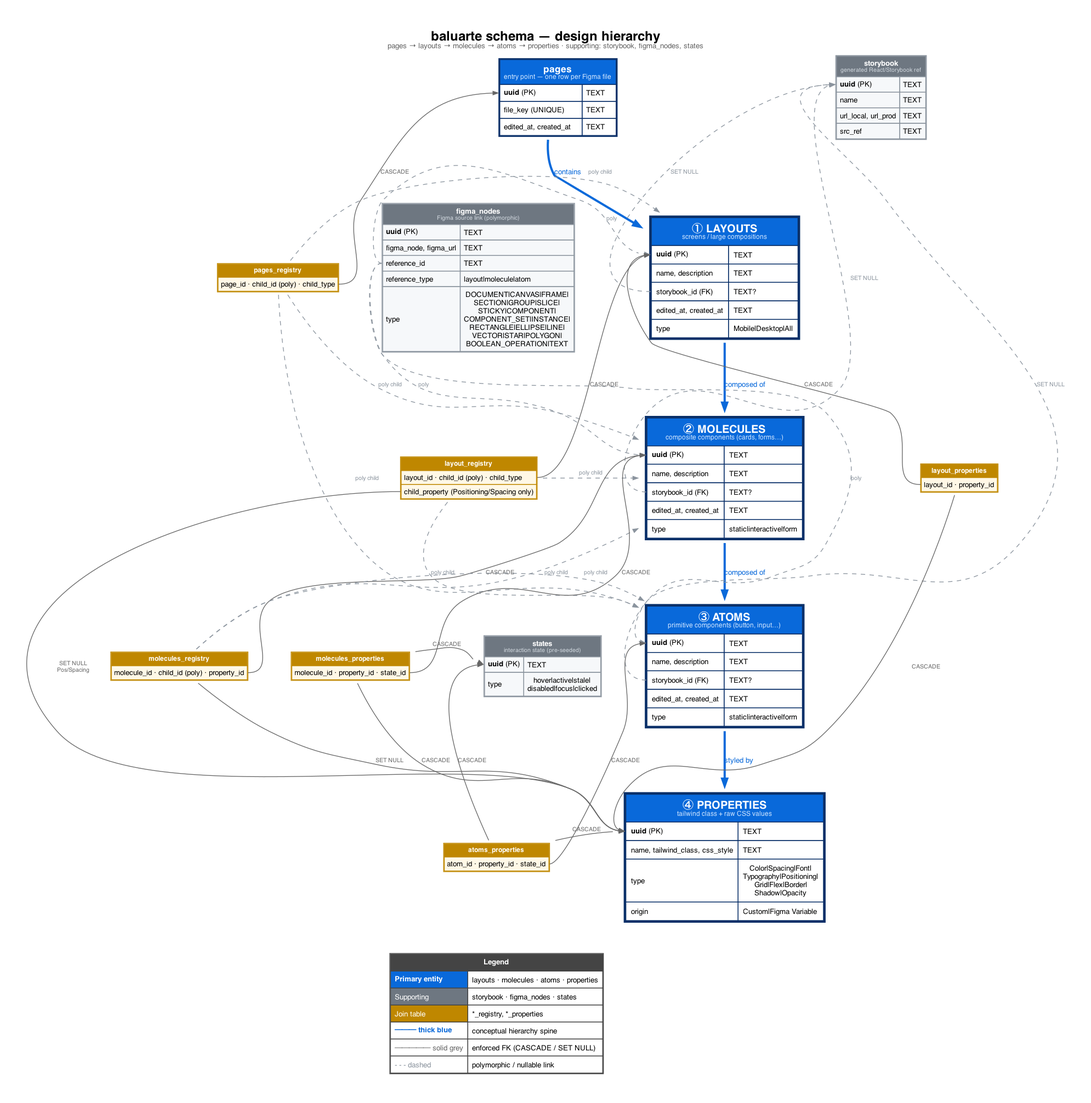
This is queries/diagrams/table-relationships.png from romedinaML/baluarte, a Graphviz export, as it was before one commit. Its source is kept beside it as queries/diagrams/table-relationships.dot.
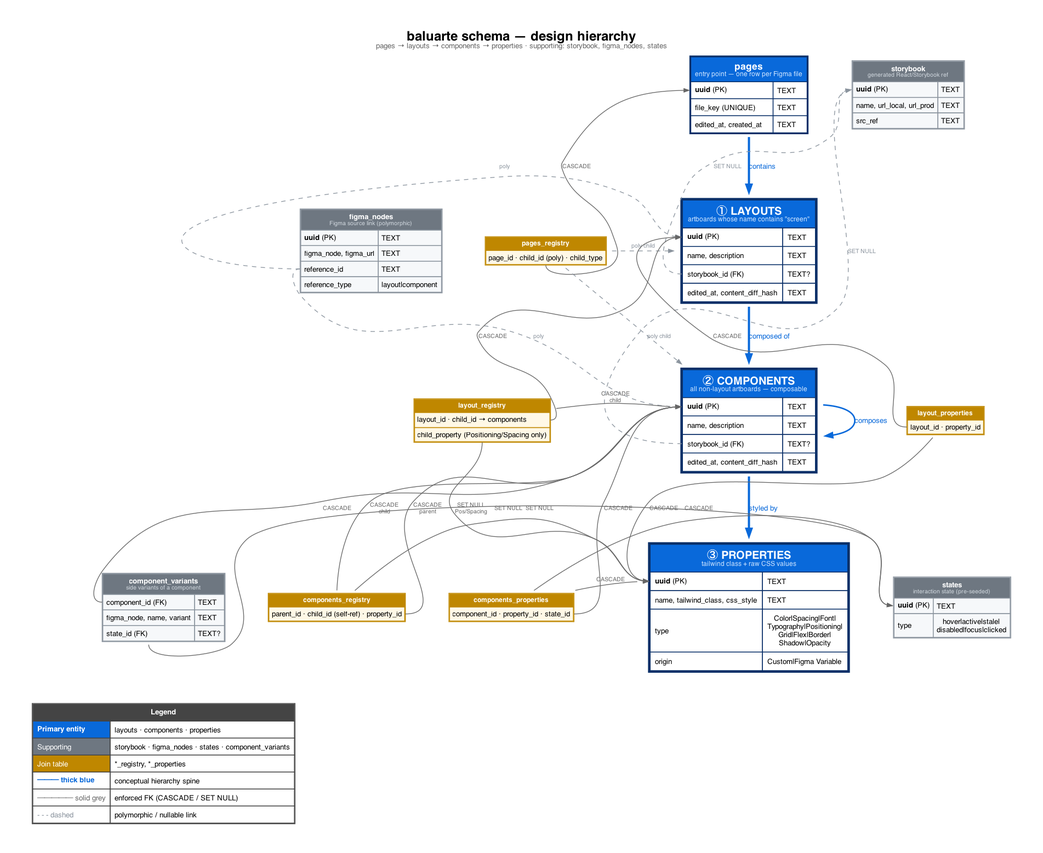
Later version of the same file.

Diff of the diagram source:
```diff
@@ -7,7 +7,7 @@
     splines=spline;
     fontname="Helvetica";
     labelloc="t";
-    label=<<FONT POINT-SIZE="18"><B>baluarte schema — design hierarchy</B></FONT><BR/><FONT POINT-SIZE="10" COLOR="#666">pages → layouts → molecules → atoms → properties · supporting: storybook, figma_nodes, states</FONT>>;
+    label=<<FONT POINT-SIZE="18"><B>baluarte schema — design hierarchy</B></FONT><BR/><FONT POINT-SIZE="10" COLOR="#666">pages → layouts → components → properties · supporting: storybook, figma_nodes, states</FONT>>;
 
     node [
         shape=plaintext
@@ -33,40 +33,27 @@
 
     layouts [label=<
         <TABLE BORDER="3" CELLBORDER="1" CELLSPACING="0" CELLPADDING="6" BGCOLOR="white" COLOR="#0a3069">
-            <TR><TD BGCOLOR="#0969da" COLSPAN="2"><FONT COLOR="white" POINT-SIZE="15"><B>① LAYOUTS</B></FONT><BR/><FONT COLOR="#cfe5ff" POINT-SIZE="9">screens / large compositions</FONT></TD></TR>
+            <TR><TD BGCOLOR="#0969da" COLSPAN="2"><FONT COLOR="white" POINT-SIZE="15"><B>① LAYOUTS</B></FONT><BR/><FONT COLOR="#cfe5ff" POINT-SIZE="9">artboards whose name contains "screen"</FONT></TD></TR>
             <TR><TD ALIGN="LEFT" PORT="uuid"><B>uuid</B> (PK)</TD><TD ALIGN="LEFT">TEXT</TD></TR>
             <TR><TD ALIGN="LEFT">name, description</TD><TD ALIGN="LEFT">TEXT</TD></TR>
             <TR><TD ALIGN="LEFT" PORT="storybook_id">storybook_id (FK)</TD><TD ALIGN="LEFT">TEXT?</TD></TR>
-            <TR><TD ALIGN="LEFT">edited_at, created_at</TD><TD ALIGN="LEFT">TEXT</TD></TR>
-            <TR><TD ALIGN="LEFT">type</TD><TD ALIGN="LEFT">Mobile|Desktop|All</TD></TR>
+            <TR><TD ALIGN="LEFT">edited_at, content_diff_hash</TD><TD ALIGN="LEFT">TEXT</TD></TR>
         </TABLE>
     >];
 
-    molecules [label=<
+    components [label=<
         <TABLE BORDER="3" CELLBORDER="1" CELLSPACING="0" CELLPADDING="6" BGCOLOR="white" COLOR="#0a3069">
-            <TR><TD BGCOLOR="#0969da" COLSPAN="2"><FONT COLOR="white" POINT-SIZE="15"><B>② MOLECULES</B></FONT><BR/><FONT COLOR="#cfe5ff" POINT-SIZE="9">composite components (cards, forms…)</FONT></TD></TR>
+            <TR><TD BGCOLOR="#0969da" COLSPAN="2"><FONT COLOR="white" POINT-SIZE="15"><B>② COMPONENTS</B></FONT><BR/><FONT COLOR="#cfe5ff" POINT-SIZE="9">all non-layout artboards — composable</FONT></TD></TR>
             <TR><TD ALIGN="LEFT" PORT="uuid"><B>uuid</B> (PK)</TD><TD ALIGN="LEFT">TEXT</TD></TR>
             <TR><TD ALIGN="LEFT">name, description</TD><TD ALIGN="LEFT">TEXT</TD></TR>
             <TR><TD ALIGN="LEFT" PORT="storybook_id">storybook_id (FK)</TD><TD ALIGN="LEFT">TEXT?</TD></TR>
-            <TR><TD ALIGN="LEFT">edited_at, created_at</TD><TD ALIGN="LEFT">TEXT</TD></TR>
-            <TR><TD ALIGN="LEFT">type</TD><TD ALIGN="LEFT">static|interactive|form</TD></TR>
-        </TABLE>
-    >];
-
-    atoms [label=<
-        <TABLE BORDER="3" CELLBORDER="1" CELLSPACING="0" CELLPADDING="6" BGCOLOR="white" COLOR="#0a3069">
-            <TR><TD BGCOLOR="#0969da" COLSPAN="2"><FONT COLOR="white" POINT-SIZE="15"><B>③ ATOMS</B></FONT><BR/><FONT COLOR="#cfe5ff" POINT-SIZE="9">primitive components (button, input…)</FONT></TD></TR>
-            <TR><TD ALIGN="LEFT" PORT="uuid"><B>uuid</B> (PK)</TD><TD ALIGN="LEFT">TEXT</TD></TR>
-            <TR><TD ALIGN="LEFT">name, description</TD><TD ALIGN="LEFT">TEXT</TD></TR>
-            <TR><TD ALIGN="LEFT" PORT="storybook_id">storybook_id (FK)</TD><TD ALIGN="LEFT">TEXT?</TD></TR>
-            <TR><TD ALIGN="LEFT">edited_at, created_at</TD><TD ALIGN="LEFT">TEXT</TD></TR>
-            <TR><TD ALIGN="LEFT">type</TD><TD ALIGN="LEFT">static|interactive|form</TD></TR>
+            <TR><TD ALIGN="LEFT">edited_at, content_diff_hash</TD><TD ALIGN="LEFT">TEXT</TD></TR>
         </TABLE>
     >];
 
     properties [label=<
         <TABLE BORDER="3" CELLBORDER="1" CELLSPACING="0" CELLPADDING="6" BGCOLOR="white" COLOR="#0a3069">
-            <TR><TD BGCOLOR="#0969da" COLSPAN="2"><FONT COLOR="white" POINT-SIZE="15"><B>④ PROPERTIES</B></FONT><BR/><FONT COLOR="#cfe5ff" POINT-SIZE="9">tailwind class + raw CSS values</FONT></TD></TR>
+            <TR><TD BGCOLOR="#0969da" COLSPAN="2"><FONT COLOR="white" POINT-SIZE="15"><B>③ PROPERTIES</B></FONT><BR/><FONT COLOR="#cfe5ff" POINT-SIZE="9">tailwind class + raw CSS values</FONT></TD></TR>
             <TR><TD ALIGN="LEFT" PORT="uuid"><B>uuid</B> (PK)</TD><TD ALIGN="LEFT">TEXT</TD></TR>
             <TR><TD ALIGN="LEFT">name, tailwind_class, css_style</TD><TD ALIGN="LEFT">TEXT</TD></TR>
             <TR><TD ALIGN="LEFT">type</TD><TD ALIGN="LEFT">Color|Spacing|Font|<BR/>Typography|Positioning|<BR/>Grid|Flex|Border|<BR/>Shadow|Opacity</TD></TR>
@@ -79,8 +66,7 @@
         <TABLE BORDER="1" CELLBORDER="1" CELLSPACING="0" CELLPADDING="4" BGCOLOR="#f6f8fa" COLOR="#8b949e">
             <TR><TD BGCOLOR="#6e7781" COLSPAN="2"><FONT COLOR="white"><B>storybook</B></FONT><BR/><FONT COLOR="#d0d7de" POINT-SIZE="8">generated React/Storybook ref</FONT></TD></TR>
             <TR><TD ALIGN="LEFT" PORT="uuid"><B>uuid</B> (PK)</TD><TD ALIGN="LEFT">TEXT</TD></TR>
-            <TR><TD ALIGN="LEFT">name</TD><TD ALIGN="LEFT">TEXT</TD></TR>
-            <TR><TD ALIGN="LEFT">url_local, url_prod</TD><TD ALIGN="LEFT">TEXT</TD></TR>
+            <TR><TD ALIGN="LEFT">name, url_local, url_prod</TD><TD ALIGN="LEFT">TEXT</TD></TR>
             <TR><TD ALIGN="LEFT">src_ref</TD><TD ALIGN="LEFT">TEXT</TD></TR>
         </TABLE>
     >];
@@ -91,8 +77,7 @@
             <TR><TD ALIGN="LEFT" PORT="uuid"><B>uuid</B> (PK)</TD><TD ALIGN="LEFT">TEXT</TD></TR>
             <TR><TD ALIGN="LEFT">figma_node, figma_url</TD><TD ALIGN="LEFT">TEXT</TD></TR>
             <TR><TD ALIGN="LEFT" PORT="reference_id">reference_id</TD><TD ALIGN="LEFT">TEXT</TD></TR>
-            <TR><TD ALIGN="LEFT">reference_type</TD><TD ALIGN="LEFT">layout|molecule|atom</TD></TR>
-            <TR><TD ALIGN="LEFT">type</TD><TD ALIGN="LEFT">DOCUMENT|CANVAS|FRAME|<BR/>SECTION|GROUP|SLICE|<BR/>STICKY|COMPONENT|<BR/>COMPONENT_SET|INSTANCE|<BR/>RECTANGLE|ELLIPSE|LINE|<BR/>VECTOR|STAR|POLYGON|<BR/>BOOLEAN_OPERATION|TEXT</TD></TR>
+            <TR><TD ALIGN="LEFT">reference_type</TD><TD ALIGN="LEFT">layout|component</TD></TR>
         </TABLE>
     >];
 
@@ -101,6 +86,15 @@
             <TR><TD BGCOLOR="#6e7781" COLSPAN="2"><FONT COLOR="white"><B>states</B></FONT><BR/><FONT COLOR="#d0d7de" POINT-SIZE="8">interaction state (pre-seeded)</FONT></TD></TR>
             <TR><TD ALIGN="LEFT" PORT="uuid"><B>uuid</B> (PK)</TD><TD ALIGN="LEFT">TEXT</TD></TR>
             <TR><TD ALIGN="LEFT">type</TD><TD ALIGN="LEFT">hover|active|stale|<BR/>disabled|focus|clicked</TD></TR>
+        </TABLE>
+    >];
+
+    component_variants [label=<
+        <TABLE BORDER="1" CELLBORDER="1" CELLSPACING="0" CELLPADDING="4" BGCOLOR="#f6f8fa" COLOR="#8b949e">
+            <TR><TD BGCOLOR="#6e7781" COLSPAN="2"><FONT COLOR="white"><B>component_variants</B></FONT><BR/><FONT COLOR="#d0d7de" POINT-SIZE="8">side variants of a component</FONT></TD></TR>
+            <TR><TD ALIGN="LEFT" PORT="component_id">component_id (FK)</TD><TD ALIGN="LEFT">TEXT</TD></TR>
+            <TR><TD ALIGN="LEFT">figma_node, name, variant</TD><TD ALIGN="LEFT">TEXT</TD></TR>
+            <TR><TD ALIGN="LEFT" PORT="state_id">state_id (FK)</TD><TD ALIGN="LEFT">TEXT?</TD></TR>
         </TABLE>
     >];
 
@@ -115,7 +109,7 @@
     layout_registry [label=<
         <TABLE BORDER="1" CELLBORDER="1" CELLSPACING="0" CELLPADDING="3" BGCOLOR="#fff8e6" COLOR="#bf8700">
             <TR><TD BGCOLOR="#bf8700"><FONT COLOR="white" POINT-SIZE="9"><B>layout_registry</B></FONT></TD></TR>
-            <TR><TD ALIGN="LEFT" PORT="layout_id">layout_id · child_id (poly) · child_type</TD></TR>
+            <TR><TD ALIGN="LEFT" PORT="layout_id">layout_id · child_id → components</TD></TR>
             <TR><TD ALIGN="LEFT" PORT="child_property">child_property (Positioning/Spacing only)</TD></TR>
         </TABLE>
     >];
@@ -127,39 +121,31 @@
         </TABLE>
     >];
 
-    molecules_registry [label=<
+    components_registry [label=<
         <TABLE BORDER="1" CELLBORDER="1" CELLSPACING="0" CELLPADDING="3" BGCOLOR="#fff8e6" COLOR="#bf8700">
-            <TR><TD BGCOLOR="#bf8700"><FONT COLOR="white" POINT-SIZE="9"><B>molecules_registry</B></FONT></TD></TR>
-            <TR><TD ALIGN="LEFT" PORT="molecule_id">molecule_id · child_id (poly) · property_id</TD></TR>
+            <TR><TD BGCOLOR="#bf8700"><FONT COLOR="white" POINT-SIZE="9"><B>components_registry</B></FONT></TD></TR>
+            <TR><TD ALIGN="LEFT" PORT="parent_id">parent_id · child_id (self-ref) · property_id</TD></TR>
         </TABLE>
     >];
 
-    molecules_properties [label=<
+    components_properties [label=<
         <TABLE BORDER="1" CELLBORDER="1" CELLSPACING="0" CELLPADDING="3" BGCOLOR="#fff8e6" COLOR="#bf8700">
-            <TR><TD BGCOLOR="#bf8700"><FONT COLOR="white" POINT-SIZE="9"><B>molecules_properties</B></FONT></TD></TR>
-            <TR><TD ALIGN="LEFT" PORT="molecule_id">molecule_id · property_id · state_id</TD></TR>
+            <TR><TD BGCOLOR="#bf8700"><FONT COLOR="white" POINT-SIZE="9"><B>components_properties</B></FONT></TD></TR>
+            <TR><TD ALIGN="LEFT" PORT="component_id">component_id · property_id · state_id</TD></TR>
         </TABLE>
     >];
 
-    atoms_properties [label=<
-        <TABLE BORDER="1" CELLBORDER="1" CELLSPACING="0" CELLPADDING="3" BGCOLOR="#fff8e6" COLOR="#bf8700">
-            <TR><TD BGCOLOR="#bf8700"><FONT COLOR="white" POINT-SIZE="9"><B>atoms_properties</B></FONT></TD></TR>
-            <TR><TD ALIGN="LEFT" PORT="atom_id">atom_id · property_id · state_id</TD></TR>
-        </TABLE>
-    >];
-
-
     { rank=same; pages; storybook; }
     { rank=same; layouts; pages_registry; figma_nodes; }
-    { rank=same; molecules; layout_registry; layout_properties; }
-    { rank=same; atoms; molecules_registry; molecules_properties; states; }
-    { rank=same; properties; atoms_properties; }
+    { rank=same; components; layout_registry; layout_properties; }
+    { rank=same; properties; components_registry; components_properties; states; component_variants; }
 
     edge [color="#0969da", penwidth=3, arrowsize=1.0, fontcolor="#0969da", fontsize=10, style=solid];
-    pages     -> layouts    [label="contains", weight=20];
-    layouts   -> molecules  [label="composed of", weight=20];
-    molecules -> atoms      [label="composed of", weight=20];
-    atoms     -> properties [label="styled by", weight=20];
+    pages      -> layouts    [label="contains", weight=20];
+    layouts    -> components [label="composed of", weight=20];
+    components -> properties [label="styled by", weight=20];
+
+    components -> components [label="composes", color="#0969da", penwidth=2];
 
     edge [color="#666", penwidth=1, arrowsize=0.7, fontcolor="#666", fontsize=8, style=solid];
 
@@ -167,47 +153,41 @@
     pages -> pages_registry [style=invis, weight=5];
 
     layout_registry:layout_id      -> layouts:uuid    [label="CASCADE"];
+    layout_registry                -> components:uuid [label="CASCADE\nchild"];
     layout_registry:child_property -> properties:uuid [label="SET NULL\nPos/Spacing"];
 
     layout_properties:layout_id -> layouts:uuid    [label="CASCADE"];
     layout_properties           -> properties:uuid [label="CASCADE"];
 
-    molecules_registry:molecule_id -> molecules:uuid  [label="CASCADE"];
-    molecules_registry             -> properties:uuid [label="SET NULL"];
+    components_registry:parent_id -> components:uuid [label="CASCADE\nparent"];
+    components_registry           -> components:uuid [label="CASCADE\nchild"];
+    components_registry           -> properties:uuid [label="SET NULL"];
 
-    molecules_properties:molecule_id -> molecules:uuid  [label="CASCADE"];
-    molecules_properties             -> properties:uuid [label="CASCADE"];
-    molecules_properties             -> states:uuid     [label="CASCADE"];
+    components_properties:component_id -> components:uuid [label="CASCADE"];
+    components_properties              -> properties:uuid [label="CASCADE"];
+    components_properties              -> states:uuid     [label="CASCADE"];
 
-    atoms_properties:atom_id -> atoms:uuid      [label="CASCADE"];
-    atoms_properties         -> properties:uuid [label="CASCADE"];
-    atoms_properties         -> states:uuid     [label="CASCADE"];
+    component_variants:component_id -> components:uuid [label="CASCADE"];
+    component_variants:state_id     -> states:uuid     [label="SET NULL"];
 
     edge [color="#8b949e", style=dashed, penwidth=1, fontcolor="#8b949e", fontsize=8];
 
-    layouts:storybook_id   -> storybook:uuid [label="SET NULL"];
-    molecules:storybook_id -> storybook:uuid [label="SET NULL"];
-    atoms:storybook_id     -> storybook:uuid [label="SET NULL"];
+    layouts:storybook_id    -> storybook:uuid [label="SET NULL"];
+    components:storybook_id -> storybook:uuid [label="SET NULL"];
 
-    figma_nodes:reference_id -> layouts:uuid   [label="poly"];
-    figma_nodes:reference_id -> molecules:uuid [label="poly"];
-    figma_nodes:reference_id -> atoms:uuid     [label="poly"];
+    figma_nodes:reference_id -> layouts:uuid    [label="poly"];
+    figma_nodes:reference_id -> components:uuid [label="poly"];
 
-    pages_registry     -> layouts   [label="poly child", style=dashed];
-    pages_registry     -> molecules [label="poly child", style=dashed];
-    pages_registry     -> atoms     [label="poly child", style=dashed];
-    layout_registry    -> molecules [label="poly child", style=dashed];
-    layout_registry    -> atoms     [label="poly child", style=dashed];
-    molecules_registry -> molecules [label="poly child", style=dashed];
-    molecules_registry -> atoms     [label="poly child", style=dashed];
+    pages_registry -> layouts    [label="poly child", style=dashed];
+    pages_registry -> components [label="poly child", style=dashed];
 
     legend [shape=plaintext, label=<
         <TABLE BORDER="1" CELLBORDER="1" CELLSPACING="0" CELLPADDING="5" BGCOLOR="white" COLOR="#444">
             <TR><TD BGCOLOR="#444" COLSPAN="2"><FONT COLOR="white"><B>Legend</B></FONT></TD></TR>
             <TR><TD ALIGN="LEFT" BGCOLOR="#0969da"><FONT COLOR="white"><B>Primary entity</B></FONT></TD>
-                <TD ALIGN="LEFT">layouts · molecules · atoms · properties</TD></TR>
+                <TD ALIGN="LEFT">layouts · components · properties</TD></TR>
             <TR><TD ALIGN="LEFT" BGCOLOR="#6e7781"><FONT COLOR="white">Supporting</FONT></TD>
-                <TD ALIGN="LEFT">storybook · figma_nodes · states</TD></TR>
+                <TD ALIGN="LEFT">storybook · figma_nodes · states · component_variants</TD></TR>
             <TR><TD ALIGN="LEFT" BGCOLOR="#bf8700"><FONT COLOR="white">Join table</FONT></TD>
                 <TD ALIGN="LEFT">*_registry, *_properties</TD></TR>
             <TR><TD ALIGN="LEFT"><FONT COLOR="#0969da"><B>━━━ thick blue</B></FONT></TD>
```
